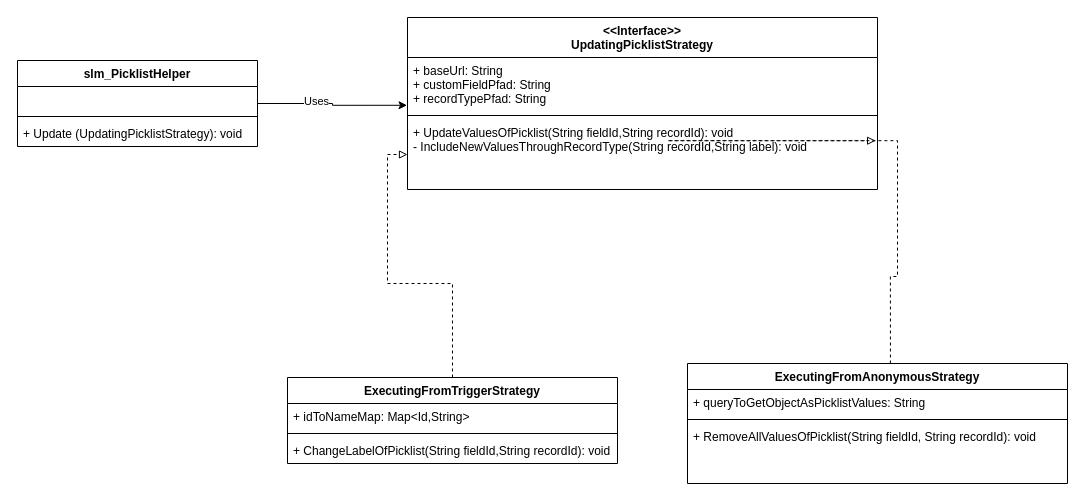
This is Untitled Diagram.drawio from tuannguyenvn/DrawIO, a draw.io file, before an edit. Source tidied: cells renumbered, new cells numbered last; positions are measured from the earlier drawing's top-left corner, leaving out a move shared by most shapes. Both pictures are drawn from the tidied source at 100%, with x=0, y=0 at pixel (17, 17).
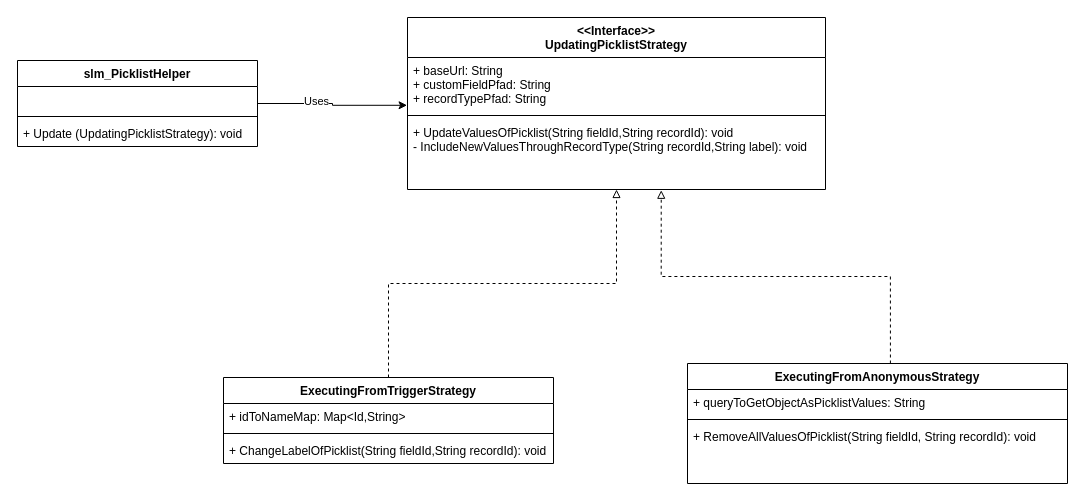
The same page after the edit.

The change refers to these unchanged cells:
```xml
<mxCell id="18" value="ExecutingFromAnonymousStrategy" style="swimlane;fontStyle=1;align=center;verticalAlign=top;horizontal=1;startSize=26;" parent="1" vertex="1">
  <mxGeometry x="670" y="346" width="380" height="120" as="geometry" />
</mxCell>
```

Diff of the diagram source:
```diff
@@
-    <mxCell id="8" style="edgeStyle=orthogonalEdgeStyle;rounded=0;jettySize=auto;html=1;entryX=0;entryY=0.5;entryDx=0;entryDy=0;exitX=0.5;exitY=0;exitDx=0;exitDy=0;dashed=1;endArrow=block;endFill=0;" parent="1" edge="1" source="14" target="13">
+    <mxCell id="8" style="edgeStyle=orthogonalEdgeStyle;rounded=0;jettySize=auto;html=1;exitX=0.5;exitY=0;exitDx=0;exitDy=0;dashed=1;endArrow=block;endFill=0;" parent="1" edge="1" source="14" target="10">
       <mxGeometry relative="1" as="geometry" />
     </mxCell>
-    <mxCell id="9" style="edgeStyle=orthogonalEdgeStyle;rounded=0;jettySize=auto;html=1;entryX=0.996;entryY=0.303;entryDx=0;entryDy=0;entryPerimeter=0;exitX=0.534;exitY=0;exitDx=0;exitDy=0;exitPerimeter=0;dashed=1;endArrow=block;endFill=0;" parent="1" edge="1" source="18" target="13">
+    <mxCell id="9" style="edgeStyle=orthogonalEdgeStyle;rounded=0;jettySize=auto;html=1;exitX=0.534;exitY=0;exitDx=0;exitDy=0;exitPerimeter=0;dashed=1;endArrow=block;endFill=0;entryX=0.607;entryY=1.011;entryDx=0;entryDy=0;entryPerimeter=0;" parent="1" edge="1" source="18" target="13">
       <mxGeometry relative="1" as="geometry" />
     </mxCell>
     <mxCell id="10" value="&lt;&lt;Interface&gt;&gt;&#10;UpdatingPicklistStrategy" style="swimlane;fontStyle=1;align=center;verticalAlign=top;horizontal=1;startSize=40;" parent="1" vertex="1">
-      <mxGeometry x="390" width="470" height="172" as="geometry" />
+      <mxGeometry x="390" width="418" height="172" as="geometry" />
     </mxCell>
     <mxCell id="11" value="+ baseUrl: String&#10;+ customFieldPfad: String&#10;+ recordTypePfad: String" style="text;strokeColor=none;fillColor=none;align=left;verticalAlign=top;spacingLeft=4;spacingRight=4;overflow=hidden;points=[[0,0.5],[1,0.5]];portConstraint=eastwest;" parent="10" vertex="1">
-      <mxGeometry y="40" width="470" height="54" as="geometry" />
+      <mxGeometry y="40" width="418" height="54" as="geometry" />
     </mxCell>
     <mxCell id="12" style="line;strokeWidth=1;fillColor=none;align=left;verticalAlign=middle;spacingTop=-1;spacingLeft=3;spacingRight=3;labelPosition=right;" parent="10" vertex="1">
-      <mxGeometry y="94" width="470" height="8" as="geometry" />
+      <mxGeometry y="94" width="418" height="8" as="geometry" />
     </mxCell>
     <mxCell id="13" value="+ UpdateValuesOfPicklist(String fieldId,String recordId): void&#10;- IncludeNewValuesThroughRecordType(String recordId,String label): void" style="text;strokeColor=none;fillColor=none;align=left;verticalAlign=top;spacingLeft=4;spacingRight=4;overflow=hidden;points=[[0,0.5],[1,0.5]];portConstraint=eastwest;" parent="10" vertex="1">
-      <mxGeometry y="102" width="470" height="70" as="geometry" />
+      <mxGeometry y="102" width="418" height="70" as="geometry" />
     </mxCell>
     <mxCell id="14" value="ExecutingFromTriggerStrategy" style="swimlane;fontStyle=1;align=center;verticalAlign=top;horizontal=1;startSize=26;" parent="1" vertex="1">
-      <mxGeometry x="270" y="360" width="330" height="86" as="geometry" />
+      <mxGeometry x="206" y="360" width="330" height="86" as="geometry" />
     </mxCell>
```
